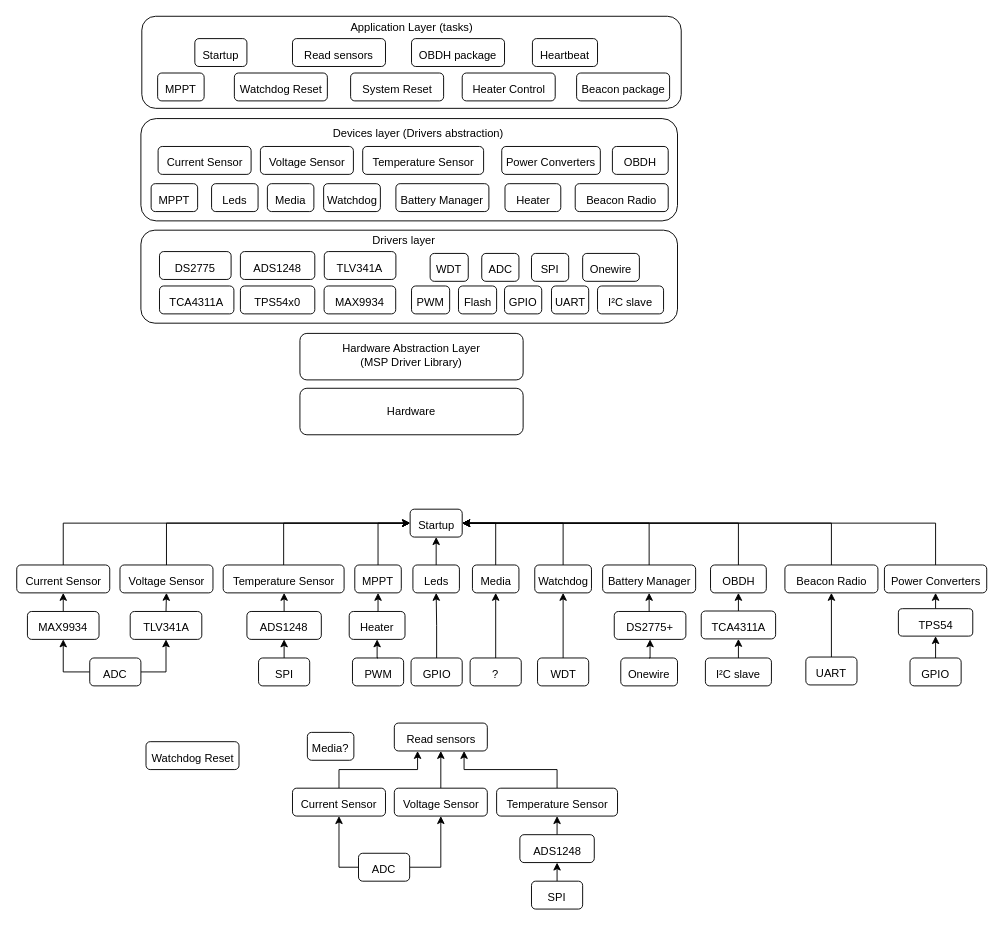
Earlier version of the draw.io diagram doc/figures/eps-system-layers.drawio (spacelab-ufsc/eps2). Source tidied: cells renumbered, new cells numbered last; positions are measured from the earlier drawing's top-left corner, leaving out a move shared by most shapes. Both pictures are drawn from the tidied source at 93%, with x=0, y=0 at pixel (17, 16).
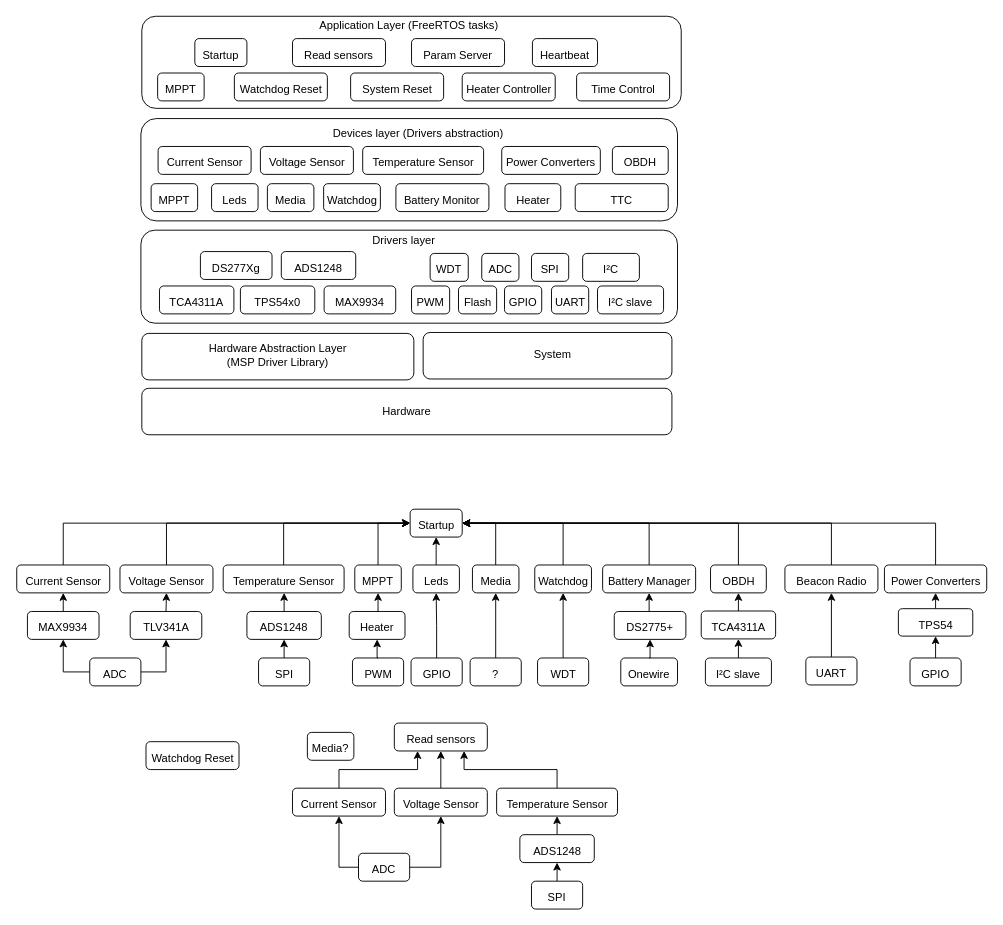
The same diagram, later.

Change to the diagram source:
```diff
@@
     <mxCell id="3" style="rounded=1;whiteSpace=wrap;html=1;spacingBottom=0;spacingTop=0;verticalAlign=middle;spacing=0;" parent="1" vertex="1">
-      <mxGeometry x="304" y="341" width="240" height="50" as="geometry" />
+      <mxGeometry x="134" y="341" width="292.5" height="50" as="geometry" />
     </mxCell>
     <mxCell id="4" value="Hardware" style="rounded=1;whiteSpace=wrap;html=1;spacingBottom=0;spacingTop=0;verticalAlign=middle;spacing=0;" parent="1" vertex="1">
-      <mxGeometry x="304" y="400" width="240" height="50" as="geometry" />
+      <mxGeometry x="134" y="400" width="570" height="50" as="geometry" />
     </mxCell>
@@
-    <mxCell id="6" value="Application Layer (tasks)" style="text;html=1;strokeColor=none;fillColor=none;align=center;verticalAlign=middle;whiteSpace=wrap;rounded=0;" parent="1" vertex="1">
-      <mxGeometry x="352.8" y="2" width="142.5" height="20" as="geometry" />
+    <mxCell id="6" value="Application Layer (FreeRTOS tasks)" style="text;html=1;strokeColor=none;fillColor=none;align=center;verticalAlign=middle;whiteSpace=wrap;rounded=0;" parent="1" vertex="1">
+      <mxGeometry x="315.9" width="211.2" height="20" as="geometry" />
     </mxCell>
@@
     <mxCell id="8" value="Hardware Abstraction Layer&lt;br&gt;(MSP Driver Library)" style="text;html=1;strokeColor=none;fillColor=none;align=center;verticalAlign=middle;whiteSpace=wrap;rounded=0;" parent="1" vertex="1">
-      <mxGeometry x="344" y="355" width="160" height="20" as="geometry" />
+      <mxGeometry x="174" y="355" width="212.5" height="20" as="geometry" />
     </mxCell>
     <mxCell id="9" value="ADS1248" style="rounded=1;whiteSpace=wrap;html=1;spacingBottom=5;spacingTop=0;verticalAlign=bottom;spacing=0;" parent="1" vertex="1">
-      <mxGeometry x="240" y="253" width="80" height="30" as="geometry" />
+      <mxGeometry x="284" y="253" width="80" height="30" as="geometry" />
     </mxCell>
@@
-    <mxCell id="15" value="DS2775" style="rounded=1;whiteSpace=wrap;html=1;spacingBottom=5;spacingTop=0;verticalAlign=bottom;spacing=0;" parent="1" vertex="1">
-      <mxGeometry x="153" y="253" width="77" height="30" as="geometry" />
+    <mxCell id="15" value="DS277Xg" style="rounded=1;whiteSpace=wrap;html=1;spacingBottom=5;spacingTop=0;verticalAlign=bottom;spacing=0;" parent="1" vertex="1">
+      <mxGeometry x="197" y="253" width="77" height="30" as="geometry" />
     </mxCell>
@@
-    <mxCell id="20" value="Onewire" style="rounded=1;whiteSpace=wrap;html=1;spacingBottom=5;spacingTop=0;verticalAlign=bottom;spacing=0;" parent="1" vertex="1">
+    <mxCell id="20" value="I²C" style="rounded=1;whiteSpace=wrap;html=1;spacingBottom=5;spacingTop=0;verticalAlign=bottom;spacing=0;" parent="1" vertex="1">
       <mxGeometry x="608" y="255" width="61" height="30" as="geometry" />
     </mxCell>
@@
-    <mxCell id="22" value="Battery Manager" style="rounded=1;whiteSpace=wrap;html=1;spacingBottom=5;spacingTop=0;verticalAlign=bottom;spacing=0;" parent="1" vertex="1">
+    <mxCell id="22" value="Battery Monitor" style="rounded=1;whiteSpace=wrap;html=1;spacingBottom=5;spacingTop=0;verticalAlign=bottom;spacing=0;" parent="1" vertex="1">
       <mxGeometry x="407.2" y="180" width="100" height="30" as="geometry" />
     </mxCell>
@@
-    <mxCell id="30" value="Beacon Radio" style="rounded=1;whiteSpace=wrap;html=1;spacingBottom=5;spacingTop=0;verticalAlign=bottom;spacing=0;" parent="1" vertex="1">
+    <mxCell id="30" value="TTC" style="rounded=1;whiteSpace=wrap;html=1;spacingBottom=5;spacingTop=0;verticalAlign=bottom;spacing=0;" parent="1" vertex="1">
       <mxGeometry x="600" y="180" width="100" height="30" as="geometry" />
     </mxCell>
@@
-    <mxCell id="36" value="Heater Control" style="rounded=1;whiteSpace=wrap;html=1;spacingBottom=5;spacingTop=0;verticalAlign=bottom;spacing=0;" parent="1" vertex="1">
+    <mxCell id="36" value="Heater Controller" style="rounded=1;whiteSpace=wrap;html=1;spacingBottom=5;spacingTop=0;verticalAlign=bottom;spacing=0;" parent="1" vertex="1">
       <mxGeometry x="478.5" y="61" width="100" height="30" as="geometry" />
     </mxCell>
@@
-    <mxCell id="39" value="Beacon package" style="rounded=1;whiteSpace=wrap;html=1;spacingBottom=5;spacingTop=0;verticalAlign=bottom;spacing=0;" parent="1" vertex="1">
+    <mxCell id="39" value="Time Control" style="rounded=1;whiteSpace=wrap;html=1;spacingBottom=5;spacingTop=0;verticalAlign=bottom;spacing=0;" parent="1" vertex="1">
       <mxGeometry x="601.5" y="61" width="100" height="30" as="geometry" />
     </mxCell>
-    <mxCell id="40" value="OBDH package" style="rounded=1;whiteSpace=wrap;html=1;spacingBottom=5;spacingTop=0;verticalAlign=bottom;spacing=0;" parent="1" vertex="1">
+    <mxCell id="40" value="Param Server" style="rounded=1;whiteSpace=wrap;html=1;spacingBottom=5;spacingTop=0;verticalAlign=bottom;spacing=0;" parent="1" vertex="1">
       <mxGeometry x="424" y="24" width="100" height="30" as="geometry" />
     </mxCell>
@@
-    <mxCell id="120" value="TLV341A" style="rounded=1;whiteSpace=wrap;html=1;spacingBottom=5;spacingTop=0;verticalAlign=bottom;spacing=0;" parent="1" vertex="1">
-      <mxGeometry x="330.2" y="253" width="77" height="30" as="geometry" />
-    </mxCell>
+    <mxCell id="121" style="rounded=1;whiteSpace=wrap;html=1;spacingBottom=0;spacingTop=0;verticalAlign=middle;spacing=0;" parent="1" vertex="1">
+      <mxGeometry x="436.5" y="340" width="267.5" height="50" as="geometry" />
+    </mxCell>
+    <mxCell id="122" value="System" style="text;html=1;strokeColor=none;fillColor=none;align=center;verticalAlign=middle;whiteSpace=wrap;rounded=0;" parent="1" vertex="1">
+      <mxGeometry x="476.5" y="354" width="197.5" height="20" as="geometry" />
+    </mxCell>
```
